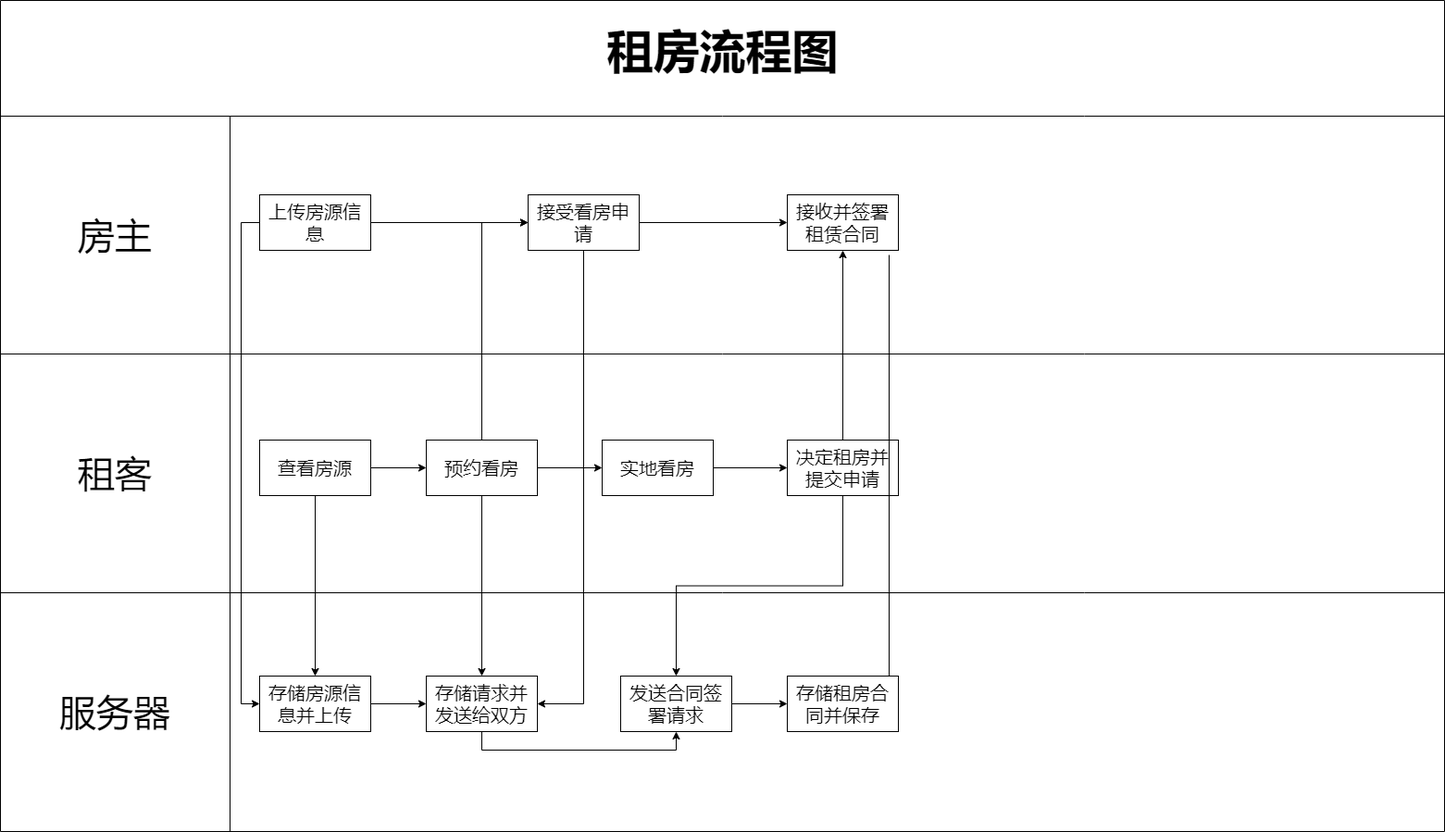
This is Plans/租房流程图.png from 1228785484/RentHouseThing, a draw.io export, as it was before one commit. Source tidied: cells renumbered, new cells last; positions are measured from the earlier drawing's top-left corner, leaving out a move shared by most shapes. The source it was exported from:
```xml
<mxGraphModel>
  <root>
    <mxCell id="0" />
    <mxCell id="1" parent="0" />
    <mxCell id="2" style="shape=table;startSize=0;" parent="1" vertex="1">
      <mxGeometry width="1560" height="898" as="geometry" />
    </mxCell>
    <mxCell id="3" style="shape=tableRow;horizontal=0;startSize=0;swimlaneHead=0;swimlaneBody=0;strokeColor=inherit;top=0;left=0;bottom=0;right=0;fillColor=none;" parent="2" vertex="1">
      <mxGeometry width="1560" height="125" as="geometry" />
    </mxCell>
    <mxCell id="4" style="shape=partialRectangle;html=1;whiteSpace=wrap;strokeColor=inherit;overflow=hidden;fillColor=none;top=0;left=0;bottom=0;right=0;rowspan=1;colspan=4;" parent="3" vertex="1">
      <mxGeometry width="1560" height="125" as="geometry" />
    </mxCell>
    <mxCell id="5" style="shape=tableRow;horizontal=0;startSize=0;swimlaneHead=0;swimlaneBody=0;strokeColor=inherit;top=0;left=0;bottom=0;right=0;fillColor=none;" parent="2" vertex="1">
      <mxGeometry y="125" width="1560" height="257" as="geometry" />
    </mxCell>
    <mxCell id="6" value="&lt;font style=&quot;font-size: 40px;&quot;&gt;房主&lt;/font&gt;" style="shape=partialRectangle;html=1;whiteSpace=wrap;strokeColor=inherit;overflow=hidden;fillColor=none;top=0;left=0;bottom=0;right=0;" parent="5" vertex="1">
      <mxGeometry width="248" height="257" as="geometry" />
    </mxCell>
    <mxCell id="7" style="shape=partialRectangle;html=1;whiteSpace=wrap;strokeColor=inherit;overflow=hidden;fillColor=none;top=0;left=0;bottom=0;right=0;rowspan=1;colspan=3;" parent="5" vertex="1">
      <mxGeometry x="248" width="1312" height="257" as="geometry" />
    </mxCell>
    <mxCell id="8" style="shape=tableRow;horizontal=0;startSize=0;swimlaneHead=0;swimlaneBody=0;strokeColor=inherit;top=0;left=0;bottom=0;right=0;fillColor=none;" parent="2" vertex="1">
      <mxGeometry y="382" width="1560" height="258" as="geometry" />
    </mxCell>
    <mxCell id="9" value="&lt;font style=&quot;font-size: 40px;&quot;&gt;租客&lt;/font&gt;" style="shape=partialRectangle;html=1;whiteSpace=wrap;strokeColor=inherit;overflow=hidden;fillColor=none;top=0;left=0;bottom=0;right=0;" parent="8" vertex="1">
      <mxGeometry width="248" height="258" as="geometry" />
    </mxCell>
    <mxCell id="10" style="shape=partialRectangle;html=1;whiteSpace=wrap;strokeColor=inherit;overflow=hidden;fillColor=none;top=0;left=0;bottom=0;right=0;rowspan=1;colspan=3;" parent="8" vertex="1">
      <mxGeometry x="248" width="1312" height="258" as="geometry" />
    </mxCell>
    <mxCell id="11" style="shape=tableRow;horizontal=0;startSize=0;swimlaneHead=0;swimlaneBody=0;strokeColor=inherit;top=0;left=0;bottom=0;right=0;fillColor=none;" parent="2" vertex="1">
      <mxGeometry y="640" width="1560" height="258" as="geometry" />
    </mxCell>
    <mxCell id="12" value="&lt;span style=&quot;font-size: 40px;&quot;&gt;服务器&lt;/span&gt;" style="shape=partialRectangle;html=1;whiteSpace=wrap;strokeColor=inherit;overflow=hidden;fillColor=none;top=0;left=0;bottom=0;right=0;" parent="11" vertex="1">
      <mxGeometry width="248" height="258" as="geometry" />
    </mxCell>
    <mxCell id="13" style="shape=partialRectangle;html=1;whiteSpace=wrap;strokeColor=inherit;overflow=hidden;fillColor=none;top=0;left=0;bottom=0;right=0;rowspan=1;colspan=3;" parent="11" vertex="1">
      <mxGeometry x="248" width="1312" height="258" as="geometry" />
    </mxCell>
    <mxCell id="14" value="&lt;font style=&quot;font-size: 50px;&quot;&gt;租房流程图&lt;/font&gt;" style="text;strokeColor=none;fillColor=none;html=1;fontSize=24;fontStyle=1;verticalAlign=middle;align=center;" parent="1" vertex="1">
      <mxGeometry x="730" y="40" width="100" height="30" as="geometry" />
    </mxCell>
    <mxCell id="15" style="edgeStyle=orthogonalEdgeStyle;rounded=0;jettySize=auto;html=1;entryX=0;entryY=0.5;entryDx=0;entryDy=0;" parent="1" edge="1" source="18" target="24">
      <mxGeometry relative="1" as="geometry" />
    </mxCell>
    <mxCell id="16" style="edgeStyle=orthogonalEdgeStyle;rounded=0;jettySize=auto;html=1;" parent="1" edge="1" source="18" target="26">
      <mxGeometry relative="1" as="geometry" />
    </mxCell>
    <mxCell id="17" style="edgeStyle=orthogonalEdgeStyle;rounded=0;jettySize=auto;html=1;exitX=0.5;exitY=1;exitDx=0;exitDy=0;entryX=0.5;entryY=0;entryDx=0;entryDy=0;" parent="1" edge="1" source="18" target="38">
      <mxGeometry relative="1" as="geometry" />
    </mxCell>
    <mxCell id="18" value="&lt;font style=&quot;font-size: 20px;&quot;&gt;预约看房&lt;/font&gt;" style="rounded=0;whiteSpace=wrap;html=1;" parent="1" vertex="1">
      <mxGeometry x="460" y="475" width="120" height="60" as="geometry" />
    </mxCell>
    <mxCell id="19" style="edgeStyle=orthogonalEdgeStyle;rounded=0;jettySize=auto;html=1;entryX=0;entryY=0.5;entryDx=0;entryDy=0;" parent="1" edge="1" source="21" target="18">
      <mxGeometry relative="1" as="geometry" />
    </mxCell>
    <mxCell id="20" style="edgeStyle=orthogonalEdgeStyle;rounded=0;jettySize=auto;html=1;" parent="1" edge="1" source="21" target="36">
      <mxGeometry relative="1" as="geometry" />
    </mxCell>
    <mxCell id="21" value="&lt;font style=&quot;font-size: 20px;&quot;&gt;查看房源&lt;/font&gt;" style="rounded=0;whiteSpace=wrap;html=1;" parent="1" vertex="1">
      <mxGeometry x="280" y="475" width="120" height="60" as="geometry" />
    </mxCell>
    <mxCell id="22" style="edgeStyle=orthogonalEdgeStyle;rounded=0;jettySize=auto;html=1;" parent="1" edge="1" source="24" target="34">
      <mxGeometry relative="1" as="geometry" />
    </mxCell>
    <mxCell id="23" style="edgeStyle=orthogonalEdgeStyle;rounded=0;jettySize=auto;html=1;entryX=1;entryY=0.5;entryDx=0;entryDy=0;" parent="1" edge="1" source="24" target="38">
      <mxGeometry relative="1" as="geometry" />
    </mxCell>
    <mxCell id="24" value="&lt;font style=&quot;font-size: 20px;&quot;&gt;接受看房申请&lt;/font&gt;" style="rounded=0;whiteSpace=wrap;html=1;" parent="1" vertex="1">
      <mxGeometry x="570" y="210" width="120" height="60" as="geometry" />
    </mxCell>
    <mxCell id="25" style="edgeStyle=orthogonalEdgeStyle;rounded=0;jettySize=auto;html=1;entryX=0;entryY=0.5;entryDx=0;entryDy=0;" parent="1" edge="1" source="26" target="32">
      <mxGeometry relative="1" as="geometry" />
    </mxCell>
    <mxCell id="26" value="&lt;font style=&quot;font-size: 20px;&quot;&gt;实地看房&lt;/font&gt;" style="rounded=0;whiteSpace=wrap;html=1;" parent="1" vertex="1">
      <mxGeometry x="650" y="475" width="120" height="60" as="geometry" />
    </mxCell>
    <mxCell id="27" style="edgeStyle=orthogonalEdgeStyle;rounded=0;jettySize=auto;html=1;entryX=0;entryY=0.5;entryDx=0;entryDy=0;" parent="1" edge="1" source="29" target="24">
      <mxGeometry relative="1" as="geometry" />
    </mxCell>
    <mxCell id="28" style="edgeStyle=orthogonalEdgeStyle;rounded=0;jettySize=auto;html=1;exitX=0;exitY=0.5;exitDx=0;exitDy=0;entryX=0;entryY=0.5;entryDx=0;entryDy=0;" parent="1" edge="1" source="29" target="36">
      <mxGeometry relative="1" as="geometry" />
    </mxCell>
    <mxCell id="29" value="&lt;font style=&quot;font-size: 20px;&quot;&gt;上传房源信息&lt;/font&gt;" style="rounded=0;whiteSpace=wrap;html=1;" parent="1" vertex="1">
      <mxGeometry x="280" y="210" width="120" height="60" as="geometry" />
    </mxCell>
    <mxCell id="30" style="edgeStyle=orthogonalEdgeStyle;rounded=0;jettySize=auto;html=1;entryX=0.5;entryY=1;entryDx=0;entryDy=0;" parent="1" edge="1" source="32" target="34">
      <mxGeometry relative="1" as="geometry" />
    </mxCell>
    <mxCell id="31" style="edgeStyle=orthogonalEdgeStyle;rounded=0;jettySize=auto;html=1;exitX=0.5;exitY=1;exitDx=0;exitDy=0;entryX=0.5;entryY=0;entryDx=0;entryDy=0;" parent="1" edge="1" source="32" target="41">
      <mxGeometry relative="1" as="geometry" />
    </mxCell>
    <mxCell id="32" value="&lt;font style=&quot;font-size: 20px;&quot;&gt;决定租房并提交申请&lt;/font&gt;" style="rounded=0;whiteSpace=wrap;html=1;" parent="1" vertex="1">
      <mxGeometry x="850" y="475" width="120" height="60" as="geometry" />
    </mxCell>
    <mxCell id="33" style="edgeStyle=orthogonalEdgeStyle;rounded=0;orthogonalLoop=1;jettySize=auto;html=1;entryX=0.5;entryY=0;entryDx=0;entryDy=0;" parent="1" edge="1">
      <mxGeometry relative="1" as="geometry">
        <mxPoint x="960" y="275" as="sourcePoint" />
        <mxPoint x="930" y="735" as="targetPoint" />
        <Array as="points">
          <mxPoint x="960" y="735" />
        </Array>
      </mxGeometry>
    </mxCell>
    <mxCell id="34" value="&lt;font style=&quot;font-size: 20px;&quot;&gt;接收并签署租赁合同&lt;/font&gt;" style="rounded=0;whiteSpace=wrap;html=1;" parent="1" vertex="1">
      <mxGeometry x="850" y="210" width="120" height="60" as="geometry" />
    </mxCell>
    <mxCell id="35" style="edgeStyle=orthogonalEdgeStyle;rounded=0;jettySize=auto;html=1;entryX=0;entryY=0.5;entryDx=0;entryDy=0;" parent="1" edge="1" source="36" target="38">
      <mxGeometry relative="1" as="geometry" />
    </mxCell>
    <mxCell id="36" value="&lt;span style=&quot;font-size: 20px;&quot;&gt;存储房源信息并上传&lt;/span&gt;" style="rounded=0;whiteSpace=wrap;html=1;" parent="1" vertex="1">
      <mxGeometry x="280" y="730" width="120" height="60" as="geometry" />
    </mxCell>
    <mxCell id="37" style="edgeStyle=orthogonalEdgeStyle;rounded=0;jettySize=auto;html=1;exitX=0.5;exitY=1;exitDx=0;exitDy=0;entryX=0.5;entryY=1;entryDx=0;entryDy=0;" parent="1" edge="1" source="38" target="41">
      <mxGeometry relative="1" as="geometry" />
    </mxCell>
    <mxCell id="38" value="&lt;span style=&quot;font-size: 20px;&quot;&gt;存储请求并发送给双方&lt;/span&gt;" style="rounded=0;whiteSpace=wrap;html=1;" parent="1" vertex="1">
      <mxGeometry x="460" y="730" width="120" height="60" as="geometry" />
    </mxCell>
    <mxCell id="39" value="&lt;span style=&quot;font-size: 20px;&quot;&gt;存储租房合同并保存&lt;/span&gt;" style="rounded=0;whiteSpace=wrap;html=1;" parent="1" vertex="1">
      <mxGeometry x="850" y="730" width="120" height="60" as="geometry" />
    </mxCell>
    <mxCell id="40" style="edgeStyle=orthogonalEdgeStyle;rounded=0;jettySize=auto;html=1;" parent="1" edge="1" source="41" target="39">
      <mxGeometry relative="1" as="geometry" />
    </mxCell>
    <mxCell id="41" value="&lt;span style=&quot;font-size: 20px;&quot;&gt;发送合同签署请求&lt;/span&gt;" style="rounded=0;whiteSpace=wrap;html=1;" parent="1" vertex="1">
      <mxGeometry x="670" y="730" width="120" height="60" as="geometry" />
    </mxCell>
  </root>
</mxGraphModel>
```
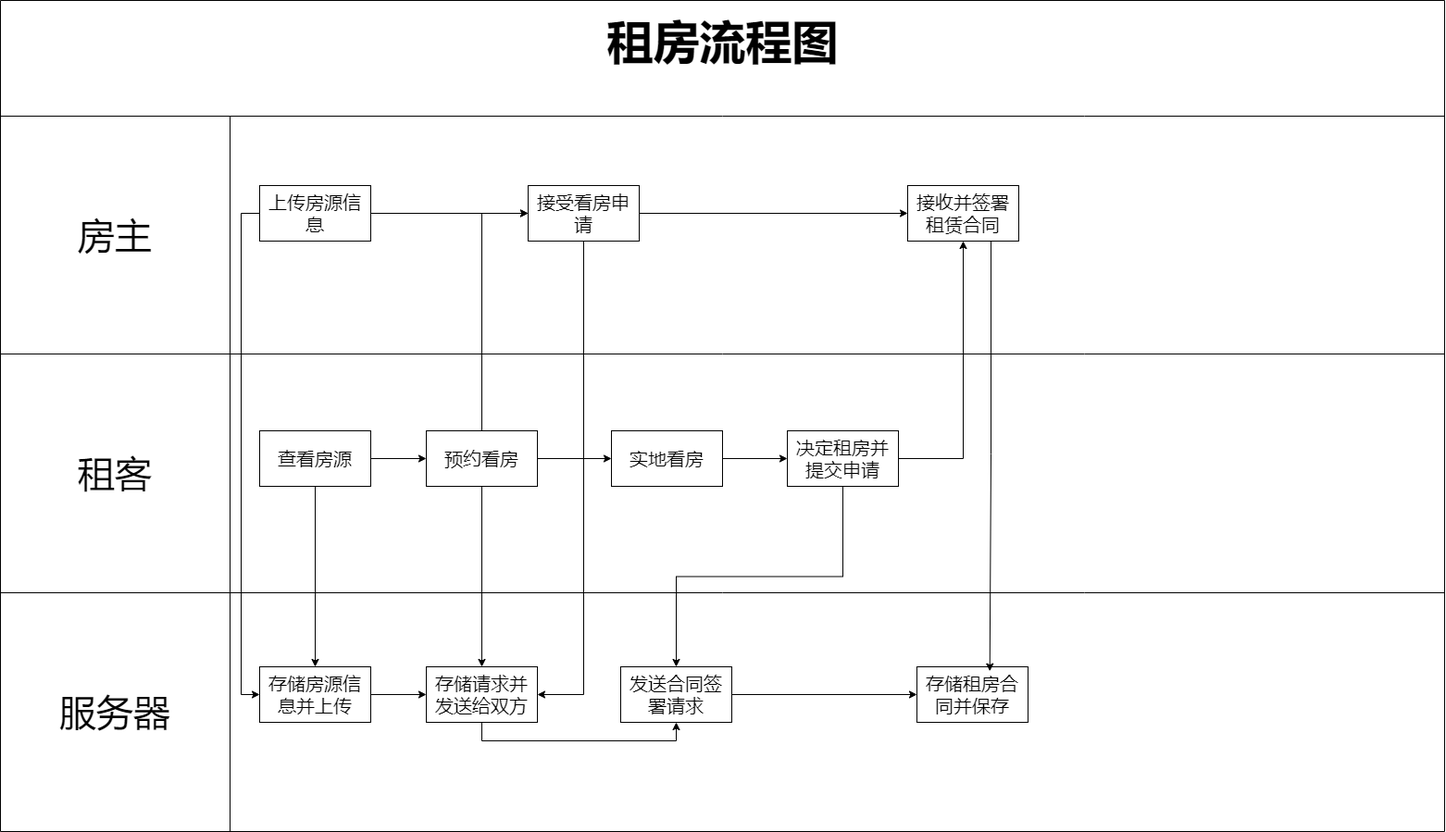
After the change.

Commit message:
租房流程图.png

The edit, as a diff of the source:
```diff
@@ -3,7 +3,7 @@
     <mxCell id="0" />
     <mxCell id="1" parent="0" />
     <mxCell id="2" style="shape=table;startSize=0;" parent="1" vertex="1">
-      <mxGeometry width="1560" height="898" as="geometry" />
+      <mxGeometry y="10" width="1560" height="898" as="geometry" />
     </mxCell>
     <mxCell id="3" style="shape=tableRow;horizontal=0;startSize=0;swimlaneHead=0;swimlaneBody=0;strokeColor=inherit;top=0;left=0;bottom=0;right=0;fillColor=none;" parent="2" vertex="1">
       <mxGeometry width="1560" height="125" as="geometry" />
@@ -75,7 +75,7 @@
       <mxGeometry relative="1" as="geometry" />
     </mxCell>
     <mxCell id="26" value="&lt;font style=&quot;font-size: 20px;&quot;&gt;实地看房&lt;/font&gt;" style="rounded=0;whiteSpace=wrap;html=1;" parent="1" vertex="1">
-      <mxGeometry x="650" y="475" width="120" height="60" as="geometry" />
+      <mxGeometry x="660" y="475" width="120" height="60" as="geometry" />
     </mxCell>
     <mxCell id="27" style="edgeStyle=orthogonalEdgeStyle;rounded=0;jettySize=auto;html=1;entryX=0;entryY=0.5;entryDx=0;entryDy=0;" parent="1" edge="1" source="29" target="24">
       <mxGeometry relative="1" as="geometry" />
@@ -95,17 +95,8 @@
     <mxCell id="32" value="&lt;font style=&quot;font-size: 20px;&quot;&gt;决定租房并提交申请&lt;/font&gt;" style="rounded=0;whiteSpace=wrap;html=1;" parent="1" vertex="1">
       <mxGeometry x="850" y="475" width="120" height="60" as="geometry" />
     </mxCell>
-    <mxCell id="33" style="edgeStyle=orthogonalEdgeStyle;rounded=0;orthogonalLoop=1;jettySize=auto;html=1;entryX=0.5;entryY=0;entryDx=0;entryDy=0;" parent="1" edge="1">
-      <mxGeometry relative="1" as="geometry">
-        <mxPoint x="960" y="275" as="sourcePoint" />
-        <mxPoint x="930" y="735" as="targetPoint" />
-        <Array as="points">
-          <mxPoint x="960" y="735" />
-        </Array>
-      </mxGeometry>
-    </mxCell>
     <mxCell id="34" value="&lt;font style=&quot;font-size: 20px;&quot;&gt;接收并签署租赁合同&lt;/font&gt;" style="rounded=0;whiteSpace=wrap;html=1;" parent="1" vertex="1">
-      <mxGeometry x="850" y="210" width="120" height="60" as="geometry" />
+      <mxGeometry x="980" y="210" width="120" height="60" as="geometry" />
     </mxCell>
     <mxCell id="35" style="edgeStyle=orthogonalEdgeStyle;rounded=0;jettySize=auto;html=1;entryX=0;entryY=0.5;entryDx=0;entryDy=0;" parent="1" edge="1" source="36" target="38">
       <mxGeometry relative="1" as="geometry" />
@@ -120,7 +111,7 @@
       <mxGeometry x="460" y="730" width="120" height="60" as="geometry" />
     </mxCell>
     <mxCell id="39" value="&lt;span style=&quot;font-size: 20px;&quot;&gt;存储租房合同并保存&lt;/span&gt;" style="rounded=0;whiteSpace=wrap;html=1;" parent="1" vertex="1">
-      <mxGeometry x="850" y="730" width="120" height="60" as="geometry" />
+      <mxGeometry x="990" y="730" width="120" height="60" as="geometry" />
     </mxCell>
     <mxCell id="40" style="edgeStyle=orthogonalEdgeStyle;rounded=0;jettySize=auto;html=1;" parent="1" edge="1" source="41" target="39">
       <mxGeometry relative="1" as="geometry" />
@@ -128,5 +119,8 @@
     <mxCell id="41" value="&lt;span style=&quot;font-size: 20px;&quot;&gt;发送合同签署请求&lt;/span&gt;" style="rounded=0;whiteSpace=wrap;html=1;" parent="1" vertex="1">
       <mxGeometry x="670" y="730" width="120" height="60" as="geometry" />
     </mxCell>
+    <mxCell id="42" style="edgeStyle=orthogonalEdgeStyle;rounded=0;jettySize=auto;html=1;exitX=0.75;exitY=1;exitDx=0;exitDy=0;entryX=0.656;entryY=0.078;entryDx=0;entryDy=0;entryPerimeter=0;" parent="1" edge="1" source="34" target="39">
+      <mxGeometry relative="1" as="geometry" />
+    </mxCell>
   </root>
 </mxGraphModel>
```
